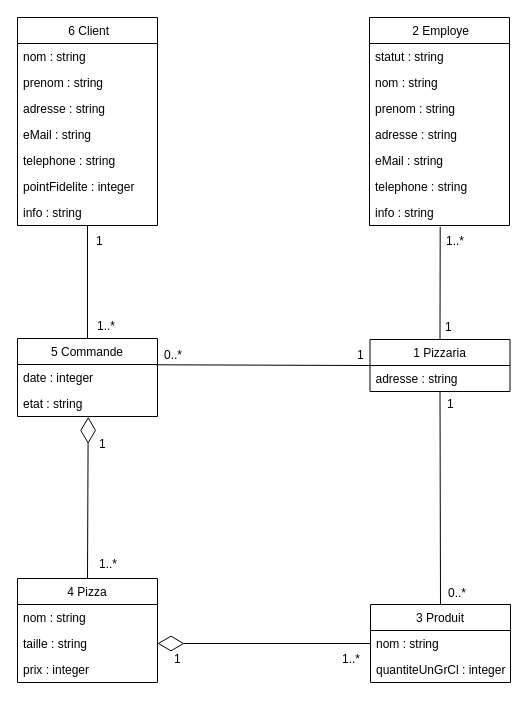
Above: diagramme_de_classe.drawio in thomsart/P6_PGESTpizza (draw.io), before the change. Source tidied: cells renumbered, new cells numbered last; positions are measured from the earlier drawing's top-left corner, leaving out a move shared by most shapes. Both pictures are drawn from the tidied source at 100%, with x=0, y=0 at pixel (17, 17).
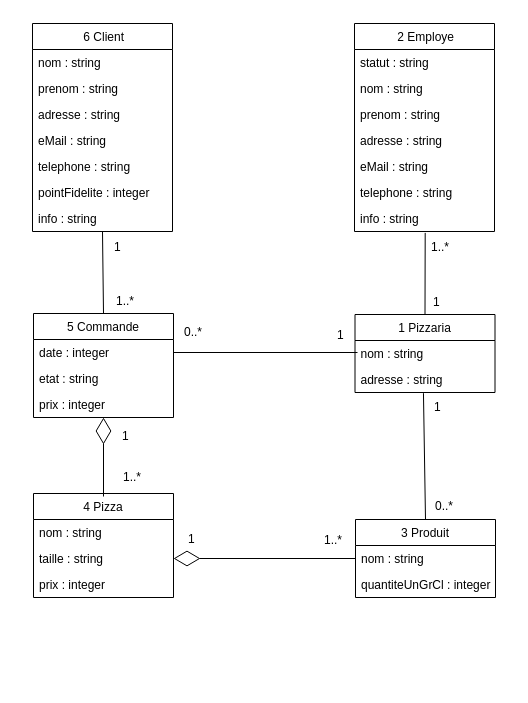
After the change.

The change refers to these unchanged cells:
```xml
<mxCell id="12" value="date : integer" style="text;strokeColor=none;fillColor=none;align=left;verticalAlign=top;spacingLeft=4;spacingRight=4;overflow=hidden;points=[[0,0.5],[1,0.5]];portConstraint=eastwest;" parent="11" vertex="1">
  <mxGeometry y="26" width="140" height="26" as="geometry" />
</mxCell>
<mxCell id="13" value="etat : string" style="text;strokeColor=none;fillColor=none;align=left;verticalAlign=top;spacingLeft=4;spacingRight=4;overflow=hidden;points=[[0,0.5],[1,0.5]];portConstraint=eastwest;" parent="11" vertex="1">
  <mxGeometry y="52" width="140" height="26" as="geometry" />
</mxCell>
```

Change to the diagram source:
```diff
@@
-    <mxCell id="2" style="endArrow=none;html=1;entryX=0.5;entryY=0.984;entryDx=0;entryDy=0;exitX=0.5;exitY=0;exitDx=0;exitDy=0;entryPerimeter=0;" parent="1" edge="1" source="20" target="15">
+    <mxCell id="2" style="endArrow=none;html=1;exitX=0.5;exitY=0;exitDx=0;exitDy=0;entryX=0.489;entryY=1.026;entryDx=0;entryDy=0;entryPerimeter=0;" parent="1" edge="1" source="20" target="49">
       <mxGeometry relative="1" as="geometry" />
     </mxCell>
     <mxCell id="3" value=" 6 Client" style="swimlane;fontStyle=0;horizontal=1;startSize=26;fillColor=none;" parent="1" vertex="1">
-      <mxGeometry width="140" height="208" as="geometry" />
+      <mxGeometry x="15" y="6" width="140" height="208" as="geometry" />
     </mxCell>
@@
     <mxCell id="11" value="5 Commande" style="swimlane;fontStyle=0;horizontal=1;startSize=26;fillColor=none;" parent="1" vertex="1">
-      <mxGeometry y="321" width="140" height="78" as="geometry" />
+      <mxGeometry x="16" y="296" width="140" height="104" as="geometry" />
     </mxCell>
@@
+    <mxCell id="48" value="prix : integer" style="text;strokeColor=none;fillColor=none;align=left;verticalAlign=top;spacingLeft=4;spacingRight=4;overflow=hidden;" parent="11" vertex="1">
+      <mxGeometry y="78" width="140" height="26" as="geometry" />
+    </mxCell>
     <mxCell id="14" value="1 Pizzaria" style="swimlane;fontStyle=0;horizontal=1;startSize=26;fillColor=none;" parent="1" vertex="1">
-      <mxGeometry x="352.5" y="322" width="140" height="52" as="geometry" />
+      <mxGeometry x="337.5" y="297" width="140" height="78" as="geometry" />
     </mxCell>
-    <mxCell id="15" value="adresse : string" style="text;strokeColor=none;fillColor=none;align=left;verticalAlign=top;spacingLeft=4;spacingRight=4;overflow=hidden;points=[[0,0.5],[1,0.5]];portConstraint=eastwest;" parent="14" vertex="1">
+    <mxCell id="15" value="nom : string" style="text;strokeColor=none;fillColor=none;align=left;verticalAlign=top;spacingLeft=4;spacingRight=4;overflow=hidden;points=[[0,0.5],[1,0.5]];portConstraint=eastwest;" parent="14" vertex="1">
       <mxGeometry y="26" width="140" height="26" as="geometry" />
     </mxCell>
+    <mxCell id="49" value="adresse : string" style="text;strokeColor=none;fillColor=none;align=left;verticalAlign=top;spacingLeft=4;spacingRight=4;overflow=hidden;points=[[0,0.5],[1,0.5]];portConstraint=eastwest;" parent="14" vertex="1">
+      <mxGeometry y="52" width="140" height="26" as="geometry" />
+    </mxCell>
     <mxCell id="16" value="4 Pizza" style="swimlane;fontStyle=0;horizontal=1;startSize=26;fillColor=none;" parent="1" vertex="1">
-      <mxGeometry y="561" width="140" height="104" as="geometry" />
+      <mxGeometry x="16" y="476" width="140" height="104" as="geometry" />
     </mxCell>
@@
     <mxCell id="20" value="3 Produit" style="swimlane;fontStyle=0;horizontal=1;startSize=26;fillColor=none;" parent="1" vertex="1">
-      <mxGeometry x="353" y="587" width="140" height="78" as="geometry" />
+      <mxGeometry x="338" y="502" width="140" height="78" as="geometry" />
     </mxCell>
@@
     <mxCell id="23" value=" 2 Employe" style="swimlane;fontStyle=0;horizontal=1;startSize=26;fillColor=none;" parent="1" vertex="1">
-      <mxGeometry x="352" width="140" height="208" as="geometry" />
+      <mxGeometry x="337" y="6" width="140" height="208" as="geometry" />
     </mxCell>
@@
-    <mxCell id="31" style="endArrow=none;html=1;entryX=0;entryY=0.5;entryDx=0;entryDy=0;exitX=0.99;exitY=0.011;exitDx=0;exitDy=0;exitPerimeter=0;" parent="1" edge="1" source="12" target="14">
-      <mxGeometry relative="1" as="geometry" />
+    <mxCell id="31" style="endArrow=none;html=1;exitX=1;exitY=0.5;exitDx=0;exitDy=0;" parent="1" edge="1" source="12">
+      <mxGeometry relative="1" as="geometry">
+        <mxPoint x="340" y="335" as="targetPoint" />
+      </mxGeometry>
     </mxCell>
@@
     <mxCell id="33" value="1" style="text;html=1;align=left;verticalAlign=top;spacingTop=-4;" parent="1" vertex="1">
-      <mxGeometry x="337.5" y="328" width="20" height="20" as="geometry" />
+      <mxGeometry x="317.5" y="308" width="20" height="20" as="geometry" />
     </mxCell>
     <mxCell id="34" value="0..*" style="text;html=1;align=left;verticalAlign=top;spacingTop=-4;" parent="1" vertex="1">
-      <mxGeometry x="145" y="328" width="30" height="20" as="geometry" />
+      <mxGeometry x="165" y="305" width="30" height="20" as="geometry" />
     </mxCell>
     <mxCell id="35" value="1..*" style="text;html=1;align=left;verticalAlign=top;spacingTop=-4;" parent="1" vertex="1">
-      <mxGeometry x="427" y="214" width="30" height="20" as="geometry" />
+      <mxGeometry x="412" y="220" width="30" height="20" as="geometry" />
     </mxCell>
     <mxCell id="36" value="1" style="text;html=1;align=left;verticalAlign=top;spacingTop=-4;" parent="1" vertex="1">
-      <mxGeometry x="426" y="300" width="20" height="20" as="geometry" />
+      <mxGeometry x="414" y="275" width="20" height="20" as="geometry" />
     </mxCell>
     <mxCell id="37" value="1" style="text;html=1;align=left;verticalAlign=top;spacingTop=-4;" parent="1" vertex="1">
-      <mxGeometry x="77" y="214" width="20" height="20" as="geometry" />
+      <mxGeometry x="95" y="220" width="20" height="20" as="geometry" />
     </mxCell>
     <mxCell id="38" value="1..*" style="text;html=1;align=left;verticalAlign=top;spacingTop=-4;" parent="1" vertex="1">
-      <mxGeometry x="78" y="299" width="30" height="20" as="geometry" />
+      <mxGeometry x="97" y="274" width="30" height="20" as="geometry" />
     </mxCell>
     <mxCell id="39" value="1..*" style="text;html=1;align=left;verticalAlign=top;spacingTop=-4;" parent="1" vertex="1">
-      <mxGeometry x="322.5" y="632" width="30" height="20" as="geometry" />
+      <mxGeometry x="304.5" y="513" width="30" height="20" as="geometry" />
     </mxCell>
     <mxCell id="40" value="0..*" style="text;html=1;align=left;verticalAlign=top;spacingTop=-4;" parent="1" vertex="1">
-      <mxGeometry x="429" y="566" width="30" height="20" as="geometry" />
+      <mxGeometry x="416" y="479" width="30" height="20" as="geometry" />
     </mxCell>
     <mxCell id="41" value="1" style="text;html=1;align=left;verticalAlign=top;spacingTop=-4;" parent="1" vertex="1">
-      <mxGeometry x="428" y="377" width="20" height="20" as="geometry" />
+      <mxGeometry x="415" y="380" width="20" height="20" as="geometry" />
     </mxCell>
     <mxCell id="42" value="1" style="text;html=1;align=left;verticalAlign=top;spacingTop=-4;" parent="1" vertex="1">
-      <mxGeometry x="155" y="632" width="20" height="20" as="geometry" />
+      <mxGeometry x="169" y="512" width="20" height="20" as="geometry" />
     </mxCell>
     <mxCell id="43" value="1..*" style="text;html=1;align=left;verticalAlign=top;spacingTop=-4;" parent="1" vertex="1">
-      <mxGeometry x="80" y="537" width="30" height="20" as="geometry" />
+      <mxGeometry x="104" y="450" width="30" height="20" as="geometry" />
     </mxCell>
     <mxCell id="44" value="1" style="text;html=1;align=left;verticalAlign=top;spacingTop=-4;" parent="1" vertex="1">
-      <mxGeometry x="80" y="417" width="20" height="20" as="geometry" />
+      <mxGeometry x="103" y="409" width="20" height="20" as="geometry" />
     </mxCell>
@@
-    <mxCell id="46" style="endArrow=diamondThin;endFill=0;endSize=24;html=1;entryX=0.505;entryY=1.016;entryDx=0;entryDy=0;entryPerimeter=0;exitX=0.5;exitY=0;exitDx=0;exitDy=0;" parent="1" edge="1" source="16" target="13">
-      <mxGeometry relative="1" as="geometry" />
+    <mxCell id="46" style="endArrow=diamondThin;endFill=0;endSize=24;html=1;" parent="1" edge="1">
+      <mxGeometry relative="1" as="geometry">
+        <mxPoint x="86" y="479" as="sourcePoint" />
+        <mxPoint x="86" y="400" as="targetPoint" />
+      </mxGeometry>
     </mxCell>
```
